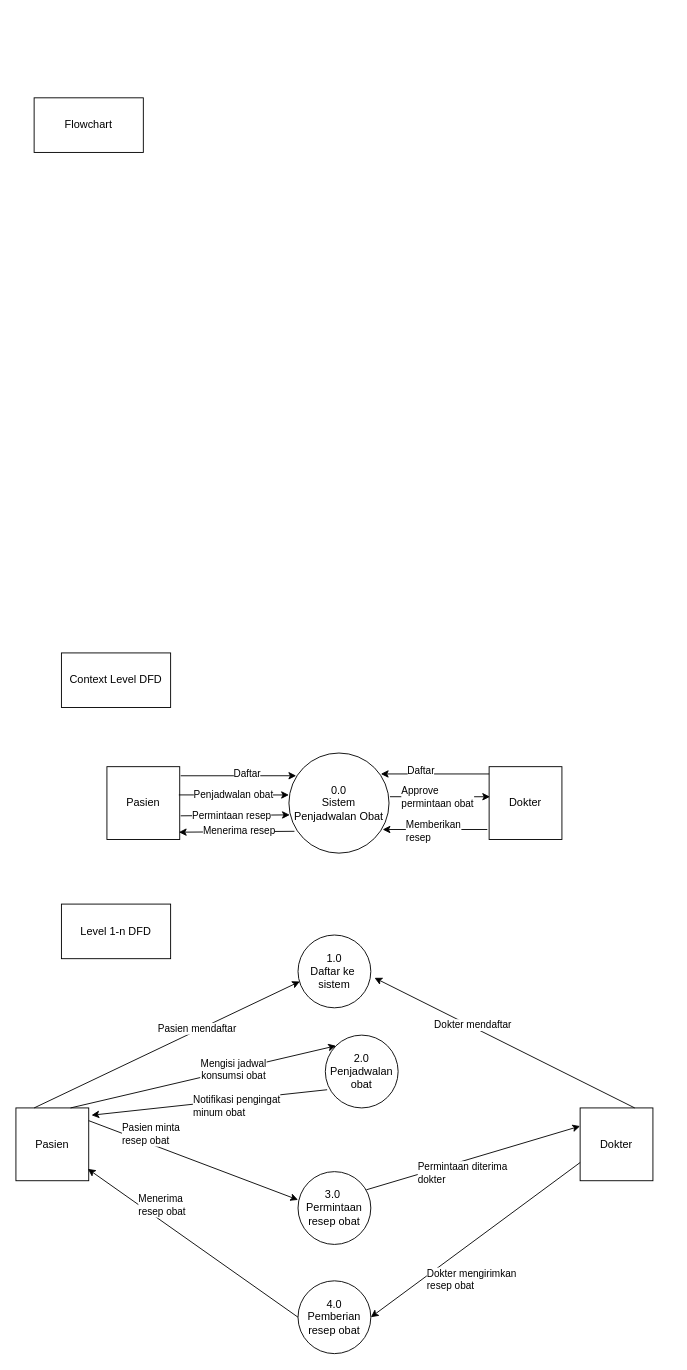
Before: Flowchart.drawio in WidadAbida/Praktikum-PPL, a draw.io diagram. Source tidied: cells renumbered, new cells numbered last; positions are measured from the earlier drawing's top-left corner, leaving out a move shared by most shapes. Both pictures are drawn from the tidied source at 91%, with x=0, y=0 at pixel (15, 97).
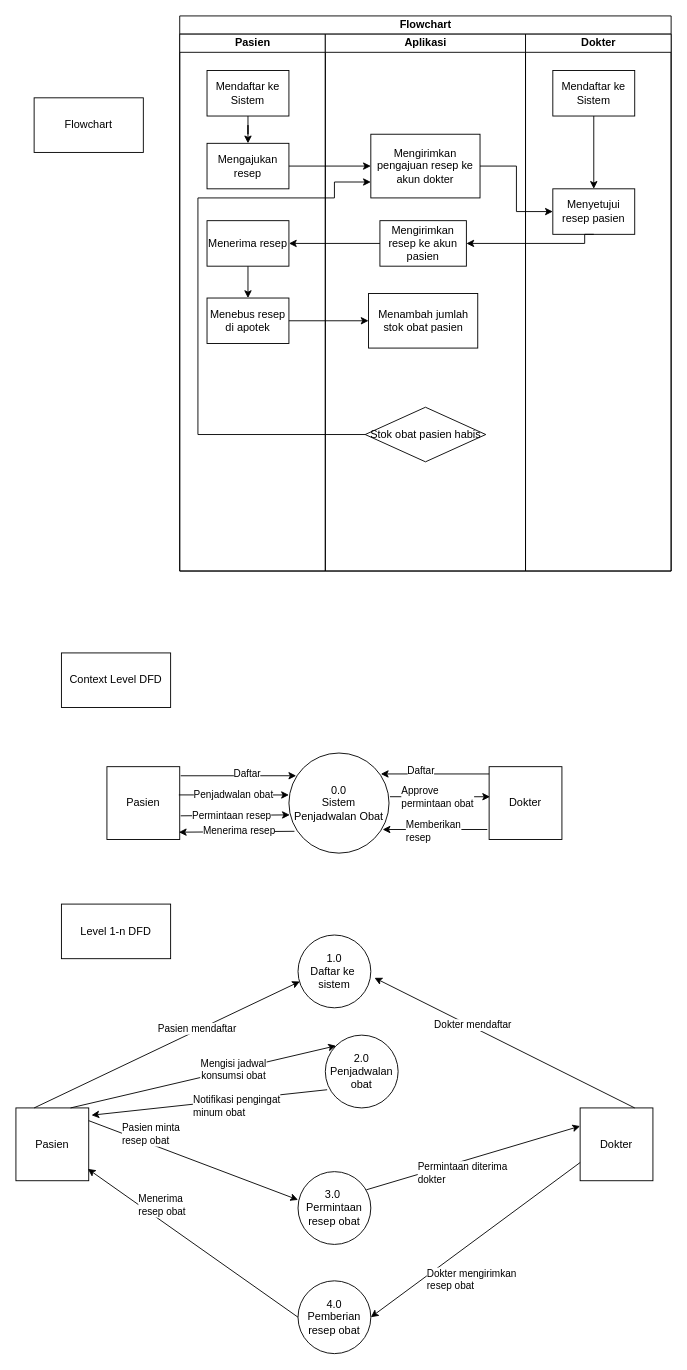
The same diagram, later.

The edit, as a diff of the source:
```diff
@@
+    <mxCell id="43" value="Flowchart" style="swimlane;html=1;startSize=20;" parent="1" vertex="1">
+      <mxGeometry x="180" y="-90" width="540" height="610" as="geometry" />
+    </mxCell>
+    <mxCell id="44" value="Pasien" style="swimlane;html=1;startSize=20;" parent="43" vertex="1">
+      <mxGeometry y="20" width="160" height="590" as="geometry" />
+    </mxCell>
+    <mxCell id="45" style="edgeStyle=orthogonalEdgeStyle;rounded=0;jettySize=auto;html=1;entryX=0.5;entryY=0;entryDx=0;entryDy=0;" parent="44" edge="1" source="46" target="47">
+      <mxGeometry relative="1" as="geometry" />
+    </mxCell>
+    <mxCell id="46" value="Mendaftar ke Sistem" style="rounded=0;whiteSpace=wrap;html=1;" parent="44" vertex="1">
+      <mxGeometry x="30" y="40" width="90" height="50" as="geometry" />
+    </mxCell>
+    <mxCell id="47" value="Mengajukan resep" style="rounded=0;whiteSpace=wrap;html=1;" parent="44" vertex="1">
+      <mxGeometry x="30" y="120" width="90" height="50" as="geometry" />
+    </mxCell>
+    <mxCell id="48" style="edgeStyle=orthogonalEdgeStyle;rounded=0;jettySize=auto;html=1;exitX=0.5;exitY=1;exitDx=0;exitDy=0;entryX=0.5;entryY=0;entryDx=0;entryDy=0;" parent="44" edge="1" source="49" target="50">
+      <mxGeometry relative="1" as="geometry" />
+    </mxCell>
+    <mxCell id="49" value="Menerima resep" style="rounded=0;whiteSpace=wrap;html=1;" parent="44" vertex="1">
+      <mxGeometry x="30" y="205" width="90" height="50" as="geometry" />
+    </mxCell>
+    <mxCell id="50" value="Menebus resep di apotek" style="rounded=0;whiteSpace=wrap;html=1;" parent="44" vertex="1">
+      <mxGeometry x="30" y="290" width="90" height="50" as="geometry" />
+    </mxCell>
+    <mxCell id="51" value="Aplikasi" style="swimlane;html=1;startSize=20;" parent="43" vertex="1">
+      <mxGeometry x="160" y="20" width="220" height="590" as="geometry" />
+    </mxCell>
+    <mxCell id="52" value="Menambah jumlah stok obat pasien" style="rounded=0;whiteSpace=wrap;html=1;" parent="51" vertex="1">
+      <mxGeometry x="47.5" y="285" width="120" height="60" as="geometry" />
+    </mxCell>
+    <mxCell id="53" value="Mengirimkan pengajuan resep ke akun dokter" style="rounded=0;whiteSpace=wrap;html=1;" parent="51" vertex="1">
+      <mxGeometry x="50" y="110" width="120" height="70" as="geometry" />
+    </mxCell>
+    <mxCell id="54" value="Mengirimkan resep ke akun pasien" style="rounded=0;whiteSpace=wrap;html=1;" parent="51" vertex="1">
+      <mxGeometry x="60" y="205" width="95" height="50" as="geometry" />
+    </mxCell>
+    <mxCell id="55" style="edgeStyle=orthogonalEdgeStyle;rounded=0;jettySize=auto;html=1;exitX=0;exitY=0.5;exitDx=0;exitDy=0;entryX=0;entryY=0.75;entryDx=0;entryDy=0;" parent="51" edge="1" source="56" target="53">
+      <mxGeometry relative="1" as="geometry">
+        <Array as="points">
+          <mxPoint x="-140" y="440" />
+          <mxPoint x="-140" y="180" />
+          <mxPoint x="10" y="180" />
+          <mxPoint x="10" y="163" />
+        </Array>
+      </mxGeometry>
+    </mxCell>
+    <mxCell id="56" value="Stok obat pasien habis" style="rhombus;whiteSpace=wrap;html=1;" parent="51" vertex="1">
+      <mxGeometry x="43.8" y="410" width="132.5" height="60" as="geometry" />
+    </mxCell>
+    <mxCell id="57" value="Dokter" style="swimlane;html=1;startSize=20;" parent="43" vertex="1">
+      <mxGeometry x="380" y="20" width="160" height="590" as="geometry" />
+    </mxCell>
+    <mxCell id="58" style="edgeStyle=orthogonalEdgeStyle;rounded=0;jettySize=auto;html=1;exitX=0.5;exitY=1;exitDx=0;exitDy=0;entryX=0.5;entryY=0;entryDx=0;entryDy=0;" parent="57" edge="1" source="59" target="60">
+      <mxGeometry relative="1" as="geometry" />
+    </mxCell>
+    <mxCell id="59" value="Mendaftar ke Sistem" style="rounded=0;whiteSpace=wrap;html=1;" parent="57" vertex="1">
+      <mxGeometry x="30" y="40" width="90" height="50" as="geometry" />
+    </mxCell>
+    <mxCell id="60" value="Menyetujui resep pasien" style="rounded=0;whiteSpace=wrap;html=1;" parent="57" vertex="1">
+      <mxGeometry x="30" y="170" width="90" height="50" as="geometry" />
+    </mxCell>
+    <mxCell id="61" style="edgeStyle=orthogonalEdgeStyle;rounded=0;jettySize=auto;html=1;exitX=1;exitY=0.5;exitDx=0;exitDy=0;entryX=0;entryY=0.5;entryDx=0;entryDy=0;" parent="43" edge="1" source="47" target="53">
+      <mxGeometry relative="1" as="geometry" />
+    </mxCell>
+    <mxCell id="62" style="edgeStyle=orthogonalEdgeStyle;rounded=0;jettySize=auto;html=1;exitX=1;exitY=0.5;exitDx=0;exitDy=0;entryX=0;entryY=0.5;entryDx=0;entryDy=0;" parent="43" edge="1" source="53" target="60">
+      <mxGeometry relative="1" as="geometry" />
+    </mxCell>
+    <mxCell id="63" style="edgeStyle=orthogonalEdgeStyle;rounded=0;jettySize=auto;html=1;exitX=0.5;exitY=1;exitDx=0;exitDy=0;entryX=1;entryY=0.5;entryDx=0;entryDy=0;" parent="43" edge="1" source="60" target="54">
+      <mxGeometry relative="1" as="geometry">
+        <Array as="points">
+          <mxPoint x="445" y="250" />
+        </Array>
+      </mxGeometry>
+    </mxCell>
+    <mxCell id="64" style="edgeStyle=orthogonalEdgeStyle;rounded=0;jettySize=auto;html=1;exitX=0;exitY=0.5;exitDx=0;exitDy=0;entryX=1;entryY=0.5;entryDx=0;entryDy=0;" parent="43" edge="1" source="54" target="49">
+      <mxGeometry relative="1" as="geometry" />
+    </mxCell>
+    <mxCell id="65" style="edgeStyle=orthogonalEdgeStyle;rounded=0;jettySize=auto;html=1;exitX=1;exitY=0.5;exitDx=0;exitDy=0;entryX=0;entryY=0.5;entryDx=0;entryDy=0;" parent="43" edge="1" source="50" target="52">
+      <mxGeometry relative="1" as="geometry" />
+    </mxCell>
```
